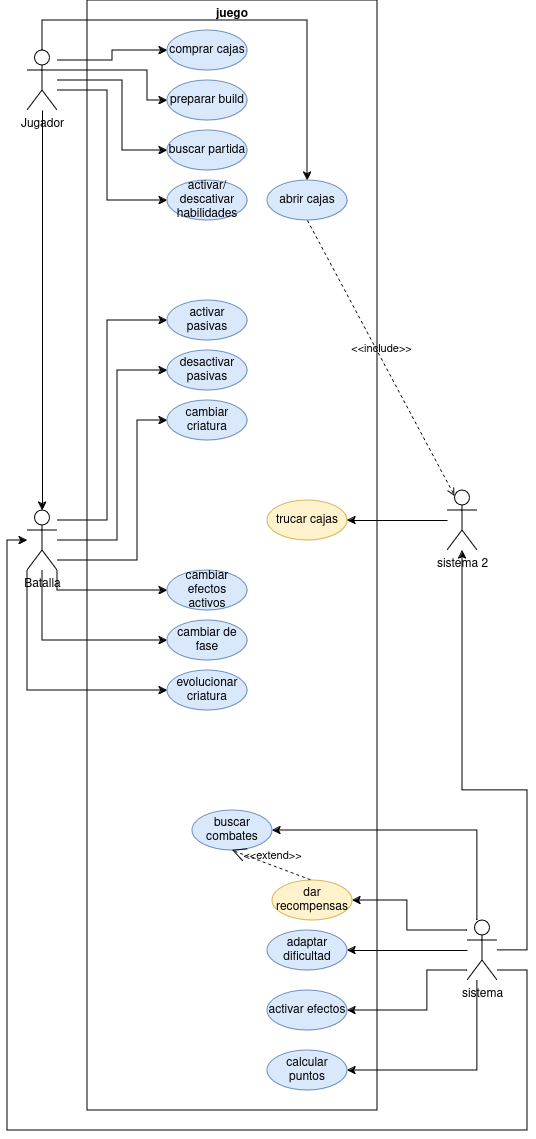
Above: juego de monstruos.png in gian700/Proyecto (draw.io), before the change. Source tidied: cells renumbered, new cells last; positions are measured from the earlier drawing's top-left corner, leaving out a move shared by most shapes. Source of this version:
```xml
<mxGraphModel>
  <root>
    <mxCell id="0" />
    <mxCell id="1" parent="0" />
    <mxCell id="2" value="juego" style="shape=rect;html=1;verticalAlign=top;fontStyle=1;whiteSpace=wrap;align=center;fillColor=none;" parent="1" vertex="1">
      <mxGeometry x="80" width="290" height="1110" as="geometry" />
    </mxCell>
    <mxCell id="3" style="edgeStyle=orthogonalEdgeStyle;rounded=0;jettySize=auto;html=1;entryX=0;entryY=0.5;entryDx=0;entryDy=0;" parent="1" edge="1" source="8" target="10">
      <mxGeometry relative="1" as="geometry">
        <Array as="points">
          <mxPoint x="140" y="70" />
        </Array>
      </mxGeometry>
    </mxCell>
    <mxCell id="4" style="edgeStyle=orthogonalEdgeStyle;rounded=0;jettySize=auto;html=1;entryX=0;entryY=0.5;entryDx=0;entryDy=0;" parent="1" edge="1" source="8" target="11">
      <mxGeometry relative="1" as="geometry">
        <Array as="points">
          <mxPoint x="115" y="80" />
          <mxPoint x="115" y="150" />
        </Array>
      </mxGeometry>
    </mxCell>
    <mxCell id="5" style="edgeStyle=orthogonalEdgeStyle;rounded=0;jettySize=auto;html=1;entryX=0;entryY=0.5;entryDx=0;entryDy=0;" parent="1" edge="1" source="8" target="12">
      <mxGeometry relative="1" as="geometry">
        <Array as="points">
          <mxPoint x="100" y="90" />
          <mxPoint x="100" y="200" />
        </Array>
      </mxGeometry>
    </mxCell>
    <mxCell id="6" style="edgeStyle=orthogonalEdgeStyle;rounded=0;jettySize=auto;html=1;entryX=0.5;entryY=0;entryDx=0;entryDy=0;" parent="1" edge="1" source="8" target="21">
      <mxGeometry relative="1" as="geometry">
        <Array as="points">
          <mxPoint x="35" y="20" />
          <mxPoint x="300" y="20" />
        </Array>
      </mxGeometry>
    </mxCell>
    <mxCell id="7" style="edgeStyle=orthogonalEdgeStyle;rounded=0;jettySize=auto;html=1;entryX=0;entryY=0.5;entryDx=0;entryDy=0;" parent="1" edge="1" source="8" target="9">
      <mxGeometry relative="1" as="geometry">
        <Array as="points">
          <mxPoint x="105" y="60" />
          <mxPoint x="105" y="50" />
        </Array>
      </mxGeometry>
    </mxCell>
    <mxCell id="8" value="Jugador" style="shape=umlActor;html=1;verticalLabelPosition=bottom;verticalAlign=top;align=center;" parent="1" vertex="1">
      <mxGeometry x="20" y="50" width="30" height="60" as="geometry" />
    </mxCell>
    <mxCell id="9" value="comprar cajas" style="ellipse;whiteSpace=wrap;html=1;fillColor=#dae8fc;strokeColor=#6c8ebf;" parent="1" vertex="1">
      <mxGeometry x="160" y="30" width="80" height="40" as="geometry" />
    </mxCell>
    <mxCell id="10" value="preparar build" style="ellipse;whiteSpace=wrap;html=1;fillColor=#dae8fc;strokeColor=#6c8ebf;" parent="1" vertex="1">
      <mxGeometry x="160" y="80" width="80" height="40" as="geometry" />
    </mxCell>
    <mxCell id="11" value="buscar partida" style="ellipse;whiteSpace=wrap;html=1;fillColor=#dae8fc;strokeColor=#6c8ebf;" parent="1" vertex="1">
      <mxGeometry x="160" y="130" width="80" height="40" as="geometry" />
    </mxCell>
    <mxCell id="12" value="activar/descativar habilidades" style="ellipse;whiteSpace=wrap;html=1;fillColor=#dae8fc;strokeColor=#6c8ebf;" parent="1" vertex="1">
      <mxGeometry x="160" y="180" width="80" height="40" as="geometry" />
    </mxCell>
    <mxCell id="13" style="edgeStyle=orthogonalEdgeStyle;rounded=0;jettySize=auto;html=1;entryX=0;entryY=0.5;entryDx=0;entryDy=0;" parent="1" edge="1" source="19" target="20">
      <mxGeometry relative="1" as="geometry">
        <Array as="points">
          <mxPoint x="100" y="520" />
          <mxPoint x="100" y="320" />
        </Array>
      </mxGeometry>
    </mxCell>
    <mxCell id="14" style="edgeStyle=orthogonalEdgeStyle;rounded=0;jettySize=auto;html=1;entryX=0;entryY=0.5;entryDx=0;entryDy=0;" parent="1" edge="1" source="19" target="22">
      <mxGeometry relative="1" as="geometry">
        <Array as="points">
          <mxPoint x="110" y="540" />
          <mxPoint x="110" y="370" />
        </Array>
      </mxGeometry>
    </mxCell>
    <mxCell id="15" style="edgeStyle=orthogonalEdgeStyle;rounded=0;jettySize=auto;html=1;entryX=0;entryY=0.5;entryDx=0;entryDy=0;" parent="1" edge="1" source="19" target="23">
      <mxGeometry relative="1" as="geometry">
        <Array as="points">
          <mxPoint x="130" y="560" />
          <mxPoint x="130" y="420" />
        </Array>
      </mxGeometry>
    </mxCell>
    <mxCell id="16" style="edgeStyle=orthogonalEdgeStyle;rounded=0;jettySize=auto;html=1;entryX=0;entryY=0.5;entryDx=0;entryDy=0;" parent="1" edge="1" source="19" target="25">
      <mxGeometry relative="1" as="geometry">
        <Array as="points">
          <mxPoint x="50" y="590" />
        </Array>
      </mxGeometry>
    </mxCell>
    <mxCell id="17" style="edgeStyle=orthogonalEdgeStyle;rounded=0;jettySize=auto;html=1;entryX=0;entryY=0.5;entryDx=0;entryDy=0;" parent="1" edge="1" source="19" target="24">
      <mxGeometry relative="1" as="geometry">
        <Array as="points">
          <mxPoint x="20" y="690" />
        </Array>
      </mxGeometry>
    </mxCell>
    <mxCell id="18" style="edgeStyle=orthogonalEdgeStyle;rounded=0;jettySize=auto;html=1;entryX=0;entryY=0.5;entryDx=0;entryDy=0;" parent="1" edge="1" source="19" target="26">
      <mxGeometry relative="1" as="geometry">
        <Array as="points">
          <mxPoint x="35" y="640" />
        </Array>
      </mxGeometry>
    </mxCell>
    <mxCell id="19" value="&lt;div&gt;Batalla&lt;/div&gt;" style="shape=umlActor;html=1;verticalLabelPosition=bottom;verticalAlign=top;align=center;" parent="1" vertex="1">
      <mxGeometry x="20" y="510" width="30" height="60" as="geometry" />
    </mxCell>
    <mxCell id="20" value="activar pasivas" style="ellipse;whiteSpace=wrap;html=1;fillColor=#dae8fc;strokeColor=#6c8ebf;" parent="1" vertex="1">
      <mxGeometry x="160" y="300" width="80" height="40" as="geometry" />
    </mxCell>
    <mxCell id="21" value="abrir cajas" style="ellipse;whiteSpace=wrap;html=1;fillColor=#dae8fc;strokeColor=#6c8ebf;" parent="1" vertex="1">
      <mxGeometry x="260" y="180" width="80" height="40" as="geometry" />
    </mxCell>
    <mxCell id="22" value="desactivar pasivas" style="ellipse;whiteSpace=wrap;html=1;fillColor=#dae8fc;strokeColor=#6c8ebf;" parent="1" vertex="1">
      <mxGeometry x="160" y="350" width="80" height="40" as="geometry" />
    </mxCell>
    <mxCell id="23" value="cambiar criatura" style="ellipse;whiteSpace=wrap;html=1;fillColor=#dae8fc;strokeColor=#6c8ebf;" parent="1" vertex="1">
      <mxGeometry x="160" y="400" width="80" height="40" as="geometry" />
    </mxCell>
    <mxCell id="24" value="evolucionar criatura" style="ellipse;whiteSpace=wrap;html=1;fillColor=#dae8fc;strokeColor=#6c8ebf;" parent="1" vertex="1">
      <mxGeometry x="160" y="670" width="80" height="40" as="geometry" />
    </mxCell>
    <mxCell id="25" value="cambiar efectos activos" style="ellipse;whiteSpace=wrap;html=1;fillColor=#dae8fc;strokeColor=#6c8ebf;" parent="1" vertex="1">
      <mxGeometry x="160" y="570" width="80" height="40" as="geometry" />
    </mxCell>
    <mxCell id="26" value="cambiar de fase" style="ellipse;whiteSpace=wrap;html=1;fillColor=#dae8fc;strokeColor=#6c8ebf;" parent="1" vertex="1">
      <mxGeometry x="160" y="620" width="80" height="40" as="geometry" />
    </mxCell>
    <mxCell id="27" style="edgeStyle=orthogonalEdgeStyle;rounded=0;jettySize=auto;html=1;" parent="1" edge="1" source="34" target="45">
      <mxGeometry relative="1" as="geometry">
        <Array as="points">
          <mxPoint x="520" y="950" />
          <mxPoint x="520" y="790" />
          <mxPoint x="455" y="790" />
        </Array>
      </mxGeometry>
    </mxCell>
    <mxCell id="28" style="edgeStyle=orthogonalEdgeStyle;rounded=0;jettySize=auto;html=1;entryX=1;entryY=0.5;entryDx=0;entryDy=0;" parent="1" edge="1" source="34" target="38">
      <mxGeometry relative="1" as="geometry">
        <Array as="points">
          <mxPoint x="470" y="830" />
        </Array>
      </mxGeometry>
    </mxCell>
    <mxCell id="29" style="edgeStyle=orthogonalEdgeStyle;rounded=0;jettySize=auto;html=1;entryX=1;entryY=0.5;entryDx=0;entryDy=0;" parent="1" edge="1" source="34" target="39">
      <mxGeometry relative="1" as="geometry">
        <Array as="points">
          <mxPoint x="400" y="930" />
          <mxPoint x="400" y="900" />
        </Array>
      </mxGeometry>
    </mxCell>
    <mxCell id="30" style="edgeStyle=orthogonalEdgeStyle;rounded=0;jettySize=auto;html=1;entryX=1;entryY=0.5;entryDx=0;entryDy=0;" parent="1" edge="1" source="34" target="37">
      <mxGeometry relative="1" as="geometry">
        <Array as="points">
          <mxPoint x="420" y="970" />
          <mxPoint x="420" y="1010" />
        </Array>
      </mxGeometry>
    </mxCell>
    <mxCell id="31" style="edgeStyle=orthogonalEdgeStyle;rounded=0;jettySize=auto;html=1;" parent="1" edge="1" source="34" target="19">
      <mxGeometry relative="1" as="geometry">
        <Array as="points">
          <mxPoint x="520" y="970" />
          <mxPoint x="520" y="1130" />
          <mxPoint y="1130" />
          <mxPoint y="540" />
        </Array>
      </mxGeometry>
    </mxCell>
    <mxCell id="32" style="edgeStyle=orthogonalEdgeStyle;rounded=0;jettySize=auto;html=1;entryX=1;entryY=0.5;entryDx=0;entryDy=0;" parent="1" edge="1" source="34" target="41">
      <mxGeometry relative="1" as="geometry">
        <Array as="points">
          <mxPoint x="470" y="1070" />
        </Array>
      </mxGeometry>
    </mxCell>
    <mxCell id="33" style="edgeStyle=orthogonalEdgeStyle;rounded=0;jettySize=auto;html=1;" parent="1" edge="1" source="34" target="40">
      <mxGeometry relative="1" as="geometry" />
    </mxCell>
    <mxCell id="34" value="sistema" style="shape=umlActor;html=1;verticalLabelPosition=bottom;verticalAlign=top;align=center;" parent="1" vertex="1">
      <mxGeometry x="460" y="920" width="30" height="60" as="geometry" />
    </mxCell>
    <mxCell id="35" style="edgeStyle=orthogonalEdgeStyle;rounded=0;jettySize=auto;html=1;entryX=0.5;entryY=0;entryDx=0;entryDy=0;entryPerimeter=0;" parent="1" edge="1" source="8" target="19">
      <mxGeometry relative="1" as="geometry" />
    </mxCell>
    <mxCell id="36" value="trucar cajas" style="ellipse;whiteSpace=wrap;html=1;fillColor=#fff2cc;strokeColor=#d6b656;" parent="1" vertex="1">
      <mxGeometry x="260" y="500" width="80" height="40" as="geometry" />
    </mxCell>
    <mxCell id="37" value="activar efectos" style="ellipse;whiteSpace=wrap;html=1;fillColor=#dae8fc;strokeColor=#6c8ebf;" parent="1" vertex="1">
      <mxGeometry x="260" y="990" width="80" height="40" as="geometry" />
    </mxCell>
    <mxCell id="38" value="buscar combates" style="ellipse;whiteSpace=wrap;html=1;fillColor=#dae8fc;strokeColor=#6c8ebf;" parent="1" vertex="1">
      <mxGeometry x="185" y="810" width="80" height="40" as="geometry" />
    </mxCell>
    <mxCell id="39" value="dar recompensas" style="ellipse;whiteSpace=wrap;html=1;fillColor=#fff2cc;strokeColor=#d6b656;" parent="1" vertex="1">
      <mxGeometry x="265" y="880" width="80" height="40" as="geometry" />
    </mxCell>
    <mxCell id="40" value="adaptar dificultad" style="ellipse;whiteSpace=wrap;html=1;fillColor=#dae8fc;strokeColor=#6c8ebf;" parent="1" vertex="1">
      <mxGeometry x="260" y="930" width="80" height="40" as="geometry" />
    </mxCell>
    <mxCell id="41" value="calcular puntos" style="ellipse;whiteSpace=wrap;html=1;fillColor=#dae8fc;strokeColor=#6c8ebf;" parent="1" vertex="1">
      <mxGeometry x="260" y="1050" width="80" height="40" as="geometry" />
    </mxCell>
    <mxCell id="42" value="&amp;lt;&amp;lt;extend&amp;gt;&amp;gt;" style="edgeStyle=none;html=1;startArrow=open;endArrow=none;startSize=12;verticalAlign=bottom;dashed=1;labelBackgroundColor=none;rounded=0;entryX=0.5;entryY=0;entryDx=0;entryDy=0;exitX=0.5;exitY=1;exitDx=0;exitDy=0;" parent="1" edge="1" source="38" target="39">
      <mxGeometry relative="1" as="geometry" />
    </mxCell>
    <mxCell id="43" value="&amp;lt;&amp;lt;include&amp;gt;&amp;gt;" style="edgeStyle=none;html=1;endArrow=open;verticalAlign=bottom;dashed=1;labelBackgroundColor=none;rounded=0;exitX=0.5;exitY=1;exitDx=0;exitDy=0;entryX=0.25;entryY=0.1;entryDx=0;entryDy=0;entryPerimeter=0;" parent="1" edge="1" source="21" target="45">
      <mxGeometry relative="1" as="geometry" />
    </mxCell>
    <mxCell id="44" style="edgeStyle=orthogonalEdgeStyle;rounded=0;jettySize=auto;html=1;" parent="1" edge="1" source="45" target="36">
      <mxGeometry relative="1" as="geometry" />
    </mxCell>
    <mxCell id="45" value="sistema 2" style="shape=umlActor;verticalLabelPosition=bottom;verticalAlign=top;html=1;outlineConnect=0;" parent="1" vertex="1">
      <mxGeometry x="440" y="490" width="30" height="60" as="geometry" />
    </mxCell>
  </root>
</mxGraphModel>
```
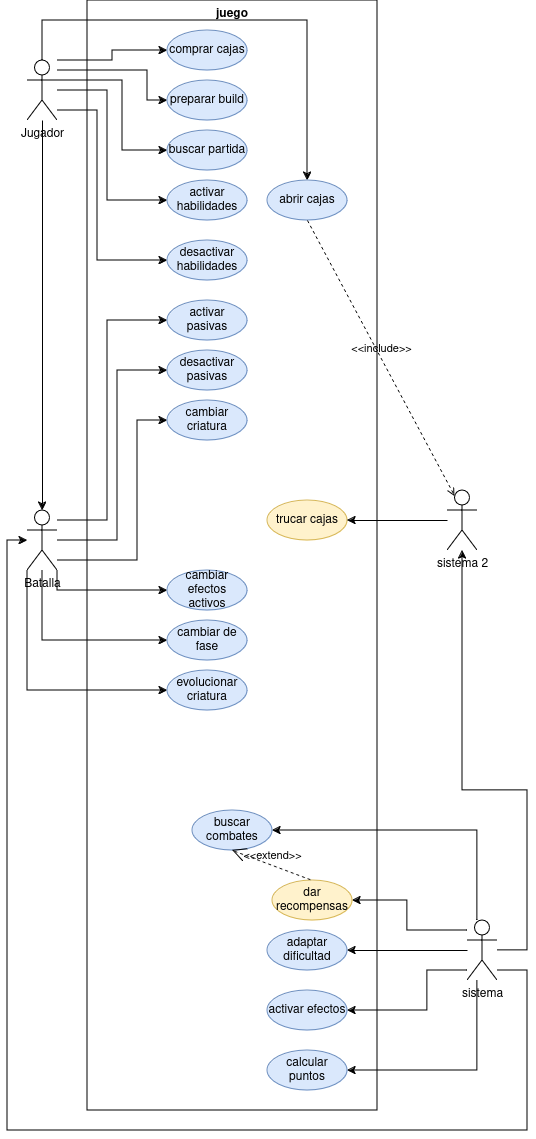
After the change.

Change to the diagram source:
```diff
@@ -44,8 +44,16 @@
         </Array>
       </mxGeometry>
     </mxCell>
+    <mxCell id="46" style="edgeStyle=orthogonalEdgeStyle;rounded=0;jettySize=auto;html=1;entryX=0;entryY=0.5;entryDx=0;entryDy=0;" parent="1" edge="1" source="8" target="47">
+      <mxGeometry relative="1" as="geometry">
+        <Array as="points">
+          <mxPoint x="90" y="110" />
+          <mxPoint x="90" y="260" />
+        </Array>
+      </mxGeometry>
+    </mxCell>
     <mxCell id="8" value="Jugador" style="shape=umlActor;html=1;verticalLabelPosition=bottom;verticalAlign=top;align=center;" parent="1" vertex="1">
-      <mxGeometry x="20" y="50" width="30" height="60" as="geometry" />
+      <mxGeometry x="20" y="60" width="30" height="60" as="geometry" />
     </mxCell>
     <mxCell id="9" value="comprar cajas" style="ellipse;whiteSpace=wrap;html=1;fillColor=#dae8fc;strokeColor=#6c8ebf;" parent="1" vertex="1">
       <mxGeometry x="160" y="30" width="80" height="40" as="geometry" />
@@ -56,7 +64,7 @@
     <mxCell id="11" value="buscar partida" style="ellipse;whiteSpace=wrap;html=1;fillColor=#dae8fc;strokeColor=#6c8ebf;" parent="1" vertex="1">
       <mxGeometry x="160" y="130" width="80" height="40" as="geometry" />
     </mxCell>
-    <mxCell id="12" value="activar/descativar habilidades" style="ellipse;whiteSpace=wrap;html=1;fillColor=#dae8fc;strokeColor=#6c8ebf;" parent="1" vertex="1">
+    <mxCell id="12" value="activar habilidades" style="ellipse;whiteSpace=wrap;html=1;fillColor=#dae8fc;strokeColor=#6c8ebf;" parent="1" vertex="1">
       <mxGeometry x="160" y="180" width="80" height="40" as="geometry" />
     </mxCell>
     <mxCell id="13" style="edgeStyle=orthogonalEdgeStyle;rounded=0;jettySize=auto;html=1;entryX=0;entryY=0.5;entryDx=0;entryDy=0;" parent="1" edge="1" source="19" target="20">
@@ -216,5 +224,8 @@
     <mxCell id="45" value="sistema 2" style="shape=umlActor;verticalLabelPosition=bottom;verticalAlign=top;html=1;outlineConnect=0;" parent="1" vertex="1">
       <mxGeometry x="440" y="490" width="30" height="60" as="geometry" />
     </mxCell>
+    <mxCell id="47" value="desactivar habilidades" style="ellipse;whiteSpace=wrap;html=1;fillColor=#dae8fc;strokeColor=#6c8ebf;" parent="1" vertex="1">
+      <mxGeometry x="160" y="240" width="80" height="40" as="geometry" />
+    </mxCell>
   </root>
 </mxGraphModel>
```
